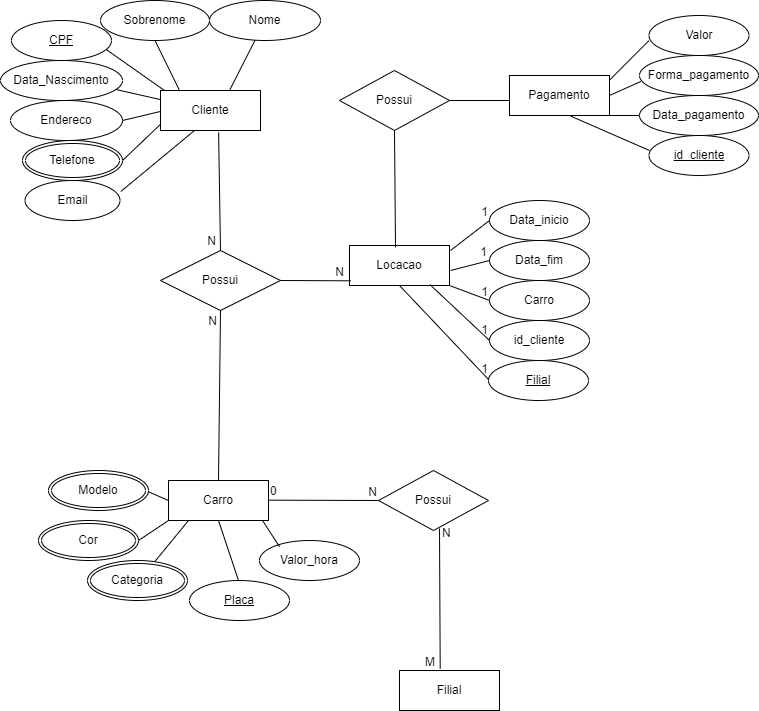
Earlier version of the draw.io export Mapa_BD1.drawio.png (Kelly-Prone/diagramas). Source tidied: cells renumbered, new cells last; positions are measured from the earlier drawing's top-left corner, leaving out a move shared by most shapes.
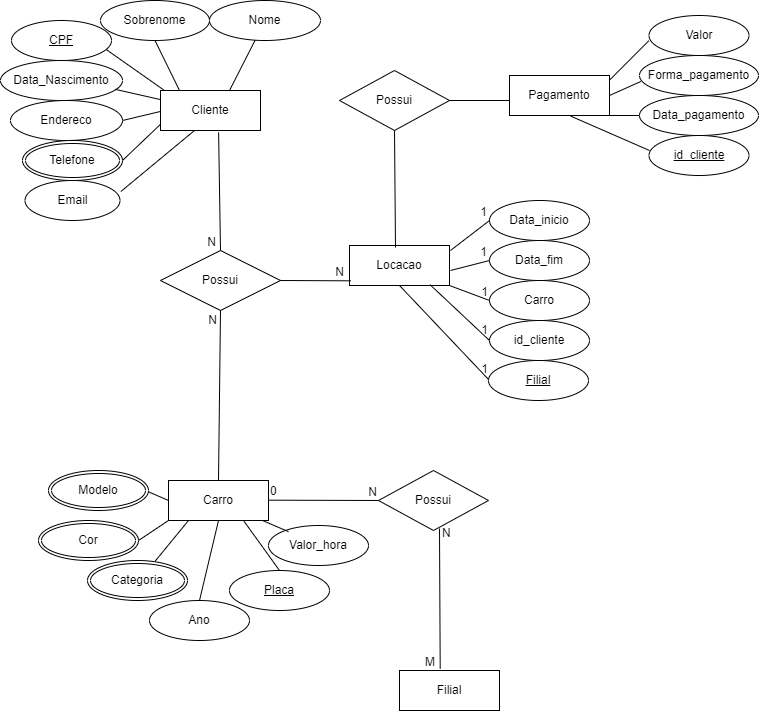
After the change.

The edit, as a diff of the source:
```diff
@@ -70,15 +70,13 @@
       <mxGeometry x="160" y="250" width="120" height="60" as="geometry" />
     </mxCell>
     <mxCell id="19" value="Valor_hora" style="ellipse;whiteSpace=wrap;html=1;align=center;" parent="1" vertex="1">
-      <mxGeometry x="259" y="540" width="100" height="40" as="geometry" />
+      <mxGeometry x="268" y="525" width="100" height="40" as="geometry" />
     </mxCell>
     <mxCell id="20" value="Placa" style="ellipse;whiteSpace=wrap;html=1;align=center;fontStyle=4;" parent="1" vertex="1">
-      <mxGeometry x="189" y="580" width="100" height="40" as="geometry" />
+      <mxGeometry x="229" y="570" width="100" height="40" as="geometry" />
     </mxCell>
-    <mxCell id="21" style="endArrow=none;html=1;rounded=0;entryX=0.5;entryY=1;entryDx=0;entryDy=0;" parent="1" edge="1" target="15">
-      <mxGeometry relative="1" as="geometry">
-        <mxPoint x="238" y="580" as="sourcePoint" />
-      </mxGeometry>
+    <mxCell id="21" style="endArrow=none;html=1;rounded=0;entryX=0.75;entryY=1;entryDx=0;entryDy=0;exitX=0.5;exitY=0;exitDx=0;exitDy=0;" parent="1" edge="1" source="20" target="15">
+      <mxGeometry relative="1" as="geometry" />
     </mxCell>
     <mxCell id="22" style="endArrow=none;html=1;rounded=0;entryX=0.5;entryY=1;entryDx=0;entryDy=0;exitX=0.2;exitY=0.154;exitDx=0;exitDy=0;exitPerimeter=0;" parent="1" edge="1" source="19">
       <mxGeometry relative="1" as="geometry">
@@ -275,5 +273,11 @@
         <mxPoint x="649" y="150" as="targetPoint" />
       </mxGeometry>
     </mxCell>
+    <mxCell id="71" value="Ano" style="ellipse;whiteSpace=wrap;html=1;align=center;" parent="1" vertex="1">
+      <mxGeometry x="149" y="600" width="100" height="40" as="geometry" />
+    </mxCell>
+    <mxCell id="72" style="endArrow=none;html=1;rounded=0;entryX=0.5;entryY=0;entryDx=0;entryDy=0;exitX=0.5;exitY=1;exitDx=0;exitDy=0;" parent="1" edge="1" source="15" target="71">
+      <mxGeometry relative="1" as="geometry" />
+    </mxCell>
   </root>
 </mxGraphModel>
```
